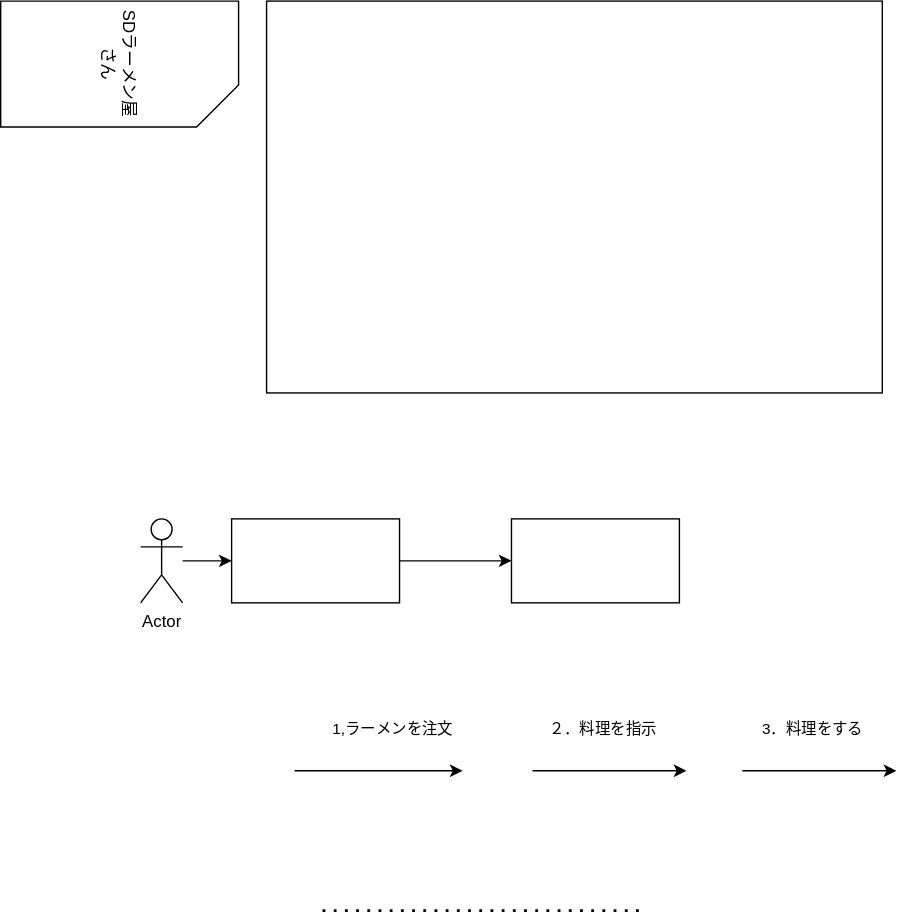
The draw.io diagram 例題5-1_ラーメン注文配膳.drawio.svg in kaburiba/uml-introduction, before a commit. Source tidied: cells renumbered, new cells last; positions are measured from the earlier drawing's top-left corner, leaving out a move shared by most shapes.
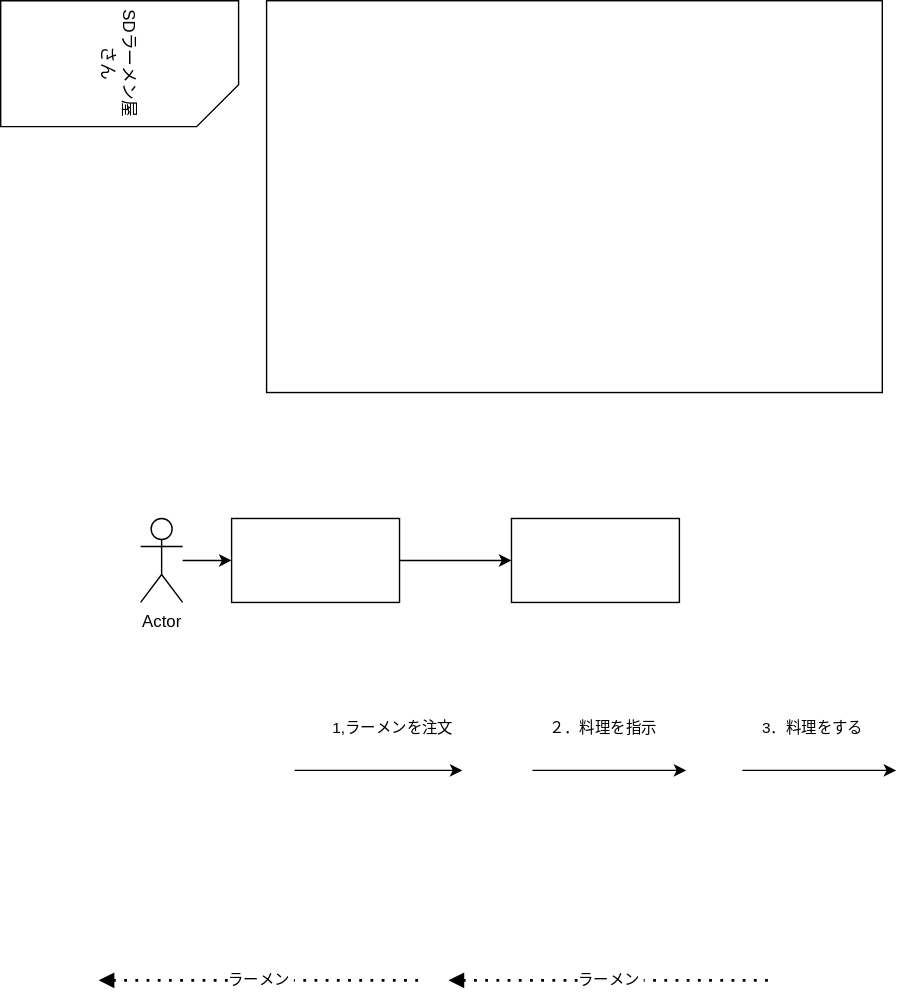
Above is the later version.

What changed in the source:
```diff
@@ -44,11 +44,17 @@
         <mxPoint x="-1" as="offset" />
       </mxGeometry>
     </mxCell>
-    <mxCell id="12" style="endArrow=none;dashed=1;html=1;dashPattern=1 3;strokeWidth=2;" parent="1" edge="1">
+    <mxCell id="12" value="ラーメン&lt;span style=&quot;color: rgba(0, 0, 0, 0); font-family: monospace; font-size: 0px; text-align: start; background-color: rgb(42, 37, 47);&quot;&gt;%3CmxGraphModel%3E%3Croot%3E%3CmxCell%20id%3D%220%22%2F%3E%3CmxCell%20id%3D%221%22%20parent%3D%220%22%2F%3E%3CmxCell%20id%3D%222%22%20value%3D%221%2C%E3%83%A9%E3%83%BC%E3%83%A1%E3%83%B3%E3%82%92%E6%B3%A8%E6%96%87%22%20style%3D%22endArrow%3Dclassic%3Bhtml%3D1%3B%22%20edge%3D%221%22%20parent%3D%221%22%3E%3CmxGeometry%20width%3D%2250%22%20height%3D%2250%22%20relative%3D%221%22%20as%3D%22geometry%22%3E%3CmxPoint%20x%3D%22200%22%20y%3D%22550%22%20as%3D%22sourcePoint%22%2F%3E%3CmxPoint%20x%3D%22310%22%20y%3D%22550%22%20as%3D%22targetPoint%22%2F%3E%3C%2FmxGeometry%3E%3C%2FmxCell%3E%3C%2Froot%3E%3C%2FmxGraphModel%3E&lt;/span&gt;" style="endArrow=none;dashed=1;html=1;dashPattern=1 3;strokeWidth=2;startArrow=block;startFill=1;" parent="1" edge="1">
       <mxGeometry relative="1" as="geometry">
-        <mxPoint x="190" y="690" as="sourcePoint" />
-        <mxPoint x="420" y="690" as="targetPoint" />
+        <mxPoint x="280" y="740" as="sourcePoint" />
+        <mxPoint x="510" y="740" as="targetPoint" />
       </mxGeometry>
     </mxCell>
+    <mxCell id="13" value="ラーメン&lt;span style=&quot;color: rgba(0, 0, 0, 0); font-family: monospace; font-size: 0px; text-align: start; background-color: rgb(42, 37, 47);&quot;&gt;%3CmxGraphModel%3E%3Croot%3E%3CmxCell%20id%3D%220%22%2F%3E%3CmxCell%20id%3D%221%22%20parent%3D%220%22%2F%3E%3CmxCell%20id%3D%222%22%20value%3D%221%2C%E3%83%A9%E3%83%BC%E3%83%A1%E3%83%B3%E3%82%92%E6%B3%A8%E6%96%87%22%20style%3D%22endArrow%3Dclassic%3Bhtml%3D1%3B%22%20edge%3D%221%22%20parent%3D%221%22%3E%3CmxGeometry%20width%3D%2250%22%20height%3D%2250%22%20relative%3D%221%22%20as%3D%22geometry%22%3E%3CmxPoint%20x%3D%22200%22%20y%3D%22550%22%20as%3D%22sourcePoint%22%2F%3E%3CmxPoint%20x%3D%22310%22%20y%3D%22550%22%20as%3D%22targetPoint%22%2F%3E%3C%2FmxGeometry%3E%3C%2FmxCell%3E%3C%2Froot%3E%3C%2FmxGraphModel%3E&lt;/span&gt;" style="endArrow=none;dashed=1;html=1;dashPattern=1 3;strokeWidth=2;startArrow=block;startFill=1;" parent="1" edge="1">
+      <mxGeometry relative="1" as="geometry">
+        <mxPoint x="30" y="740" as="sourcePoint" />
+        <mxPoint x="260" y="740" as="targetPoint" />
+      </mxGeometry>
+    </mxCell>
   </root>
 </mxGraphModel>
```
